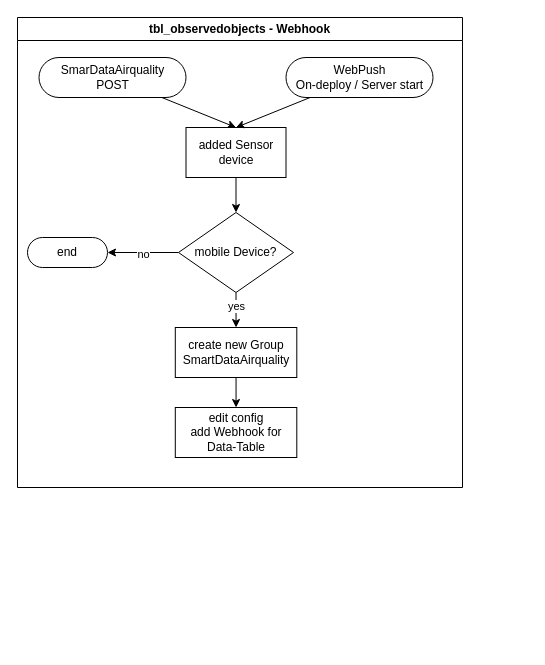
The draw.io diagram Database/docs/sync_flow.drawio in olHannes/WebPush-Docs, before the edit. Source tidied: cells renumbered, new cells numbered last; positions are measured from the earlier drawing's top-left corner, leaving out a move shared by most shapes. Both pictures are drawn from the tidied source at 100%, with x=0, y=0 at pixel (17, 17).
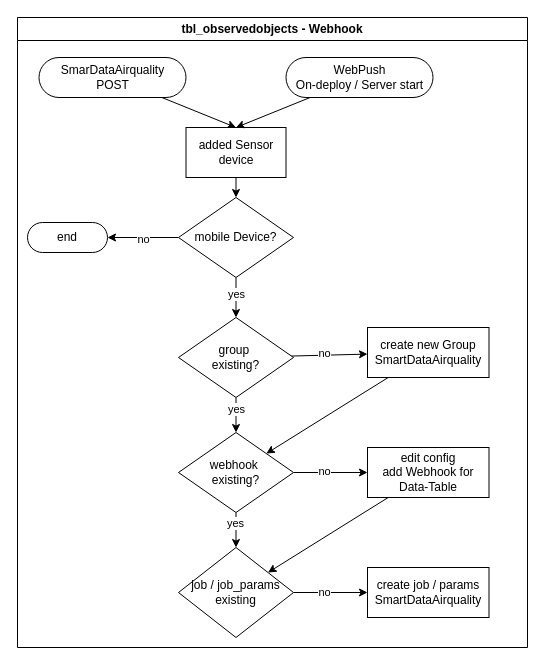
The same diagram, later.

Commit message:
update sync-flow

The edit, as a diff of the source:
```diff
@@
     <mxCell id="2" value="tbl_observedobjects - Webhook" style="swimlane;whiteSpace=wrap;html=1;" parent="1" vertex="1">
-      <mxGeometry width="445" height="470" as="geometry" />
+      <mxGeometry width="510" height="630" as="geometry" />
     </mxCell>
@@
-    <mxCell id="7" style="edgeStyle=none;html=1;entryX=0.5;entryY=0;entryDx=0;entryDy=0;" parent="2" edge="1" source="9" target="14">
+    <mxCell id="7" style="edgeStyle=none;html=1;entryX=0.5;entryY=0;entryDx=0;entryDy=0;" parent="2" edge="1" source="9" target="23">
       <mxGeometry relative="1" as="geometry" />
     </mxCell>
@@
     <mxCell id="9" value="mobile Device?" style="shape=rhombus;html=1;dashed=0;whiteSpace=wrap;perimeter=rhombusPerimeter;" parent="2" vertex="1">
-      <mxGeometry x="161" y="195" width="115" height="80" as="geometry" />
+      <mxGeometry x="161" y="180" width="115" height="80" as="geometry" />
     </mxCell>
     <mxCell id="10" value="end" style="html=1;dashed=0;whiteSpace=wrap;shape=mxgraph.dfd.start;" parent="2" vertex="1">
-      <mxGeometry x="10" y="220" width="80" height="30" as="geometry" />
+      <mxGeometry x="10" y="205" width="80" height="30" as="geometry" />
     </mxCell>
@@
-    <mxCell id="13" style="edgeStyle=none;html=1;entryX=0.5;entryY=0;entryDx=0;entryDy=0;" parent="2" edge="1" source="14" target="15">
+    <mxCell id="13" style="edgeStyle=none;html=1;" parent="2" edge="1" source="23" target="14">
       <mxGeometry relative="1" as="geometry" />
     </mxCell>
+    <mxCell id="18" value="no" style="edgeLabel;html=1;align=center;verticalAlign=middle;" parent="13" vertex="1">
+      <mxGeometry x="-0.14" y="2" relative="1" as="geometry" />
+    </mxCell>
+    <mxCell id="19" style="edgeStyle=none;html=1;" parent="2" edge="1" source="14" target="28">
+      <mxGeometry relative="1" as="geometry" />
+    </mxCell>
     <mxCell id="14" value="create new Group&lt;div&gt;SmartDataAirquality&lt;/div&gt;" style="html=1;dashed=0;whiteSpace=wrap;" parent="2" vertex="1">
-      <mxGeometry x="157.8" y="310" width="121.5" height="50" as="geometry" />
+      <mxGeometry x="350" y="310" width="121.5" height="50" as="geometry" />
     </mxCell>
+    <mxCell id="20" style="edgeStyle=none;html=1;" parent="2" edge="1" source="15" target="31">
+      <mxGeometry relative="1" as="geometry" />
+    </mxCell>
     <mxCell id="15" value="edit config&lt;div&gt;add Webhook for&lt;/div&gt;&lt;div&gt;Data-Table&lt;/div&gt;" style="html=1;dashed=0;whiteSpace=wrap;" parent="2" vertex="1">
-      <mxGeometry x="157.8" y="390" width="121.5" height="50" as="geometry" />
+      <mxGeometry x="350" y="430" width="121.5" height="50" as="geometry" />
     </mxCell>
@@
+    <mxCell id="21" style="edgeStyle=none;html=1;" parent="2" edge="1" source="23" target="28">
+      <mxGeometry relative="1" as="geometry" />
+    </mxCell>
+    <mxCell id="22" value="yes" style="edgeLabel;html=1;align=center;verticalAlign=middle;" parent="21" vertex="1">
+      <mxGeometry x="-0.36" relative="1" as="geometry" />
+    </mxCell>
+    <mxCell id="23" value="group&amp;nbsp;&lt;div&gt;existing?&lt;/div&gt;" style="shape=rhombus;html=1;dashed=0;whiteSpace=wrap;perimeter=rhombusPerimeter;" parent="2" vertex="1">
+      <mxGeometry x="161" y="300" width="115" height="80" as="geometry" />
+    </mxCell>
+    <mxCell id="24" style="edgeStyle=none;html=1;" parent="2" edge="1" source="28" target="15">
+      <mxGeometry relative="1" as="geometry" />
+    </mxCell>
+    <mxCell id="25" value="no" style="edgeLabel;html=1;align=center;verticalAlign=middle;" parent="24" vertex="1">
+      <mxGeometry x="-0.18" y="2" relative="1" as="geometry" />
+    </mxCell>
+    <mxCell id="26" style="edgeStyle=none;html=1;" parent="2" edge="1" source="28" target="31">
+      <mxGeometry relative="1" as="geometry" />
+    </mxCell>
+    <mxCell id="27" value="yes" style="edgeLabel;html=1;align=center;verticalAlign=middle;" parent="26" vertex="1">
+      <mxGeometry x="-0.44" y="-1" relative="1" as="geometry" />
+    </mxCell>
+    <mxCell id="28" value="webhook&amp;nbsp;&lt;div&gt;existing?&lt;/div&gt;" style="shape=rhombus;html=1;dashed=0;whiteSpace=wrap;perimeter=rhombusPerimeter;" parent="2" vertex="1">
+      <mxGeometry x="161" y="415" width="115" height="80" as="geometry" />
+    </mxCell>
+    <mxCell id="29" style="edgeStyle=none;html=1;" parent="2" edge="1" source="31" target="32">
+      <mxGeometry relative="1" as="geometry" />
+    </mxCell>
+    <mxCell id="30" value="no" style="edgeLabel;html=1;align=center;verticalAlign=middle;" parent="29" vertex="1">
+      <mxGeometry x="-0.19" y="1" relative="1" as="geometry" />
+    </mxCell>
+    <mxCell id="31" value="job / job_params&lt;div&gt;existing&lt;/div&gt;" style="shape=rhombus;html=1;dashed=0;whiteSpace=wrap;perimeter=rhombusPerimeter;" parent="2" vertex="1">
+      <mxGeometry x="161" y="530" width="115" height="90" as="geometry" />
+    </mxCell>
+    <mxCell id="32" value="create job / params&lt;br&gt;&lt;div&gt;SmartDataAirquality&lt;/div&gt;" style="html=1;dashed=0;whiteSpace=wrap;" parent="2" vertex="1">
+      <mxGeometry x="350" y="550" width="121.5" height="50" as="geometry" />
+    </mxCell>
```
